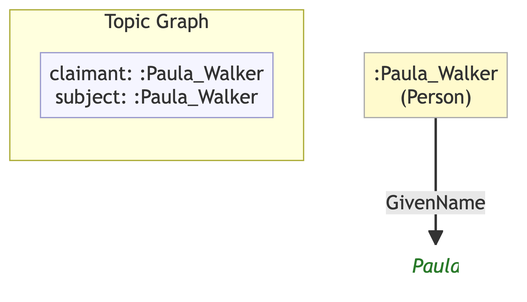
The Mermaid diagram example/graphs/images/graph-57.png in MeeFoundation/mia-ontologies, before a commit. Its source is kept beside it as example/graphs/images/graph-57.mmd. Source of this version:
```mermaid
flowchart TD
    classDef person fill:#fffacd,stroke:#aaa,color:#333
    classDef org    fill:#cce5ff,stroke:#aaa,color:#333
    classDef lit    fill:none,stroke:none,font-style:italic,color:#2a7a2a
    classDef meta   fill:#f5f5ff,stroke:#9999cc,color:#333

    subgraph ctx["Topic Graph"]
        direction LR
        ctx_meta["claimant: :Paula_Walker\nsubject: :Paula_Walker"]:::meta
    end

    nf4296ab13de4[":Paula_Walker\n(Person)"]:::person
    nd500ed774b5b("Paula"):::lit

    nf4296ab13de4 -->|"GivenName"| nd500ed774b5b
```
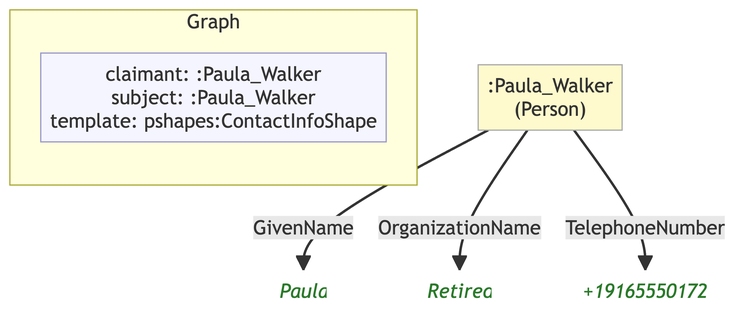
Above is the later version.

Change to the diagram source:
```diff
@@ -4,12 +4,16 @@
     classDef lit    fill:none,stroke:none,font-style:italic,color:#2a7a2a
     classDef meta   fill:#f5f5ff,stroke:#9999cc,color:#333
 
-    subgraph ctx["Topic Graph"]
+    subgraph ctx["Graph"]
         direction LR
-        ctx_meta["claimant: :Paula_Walker\nsubject: :Paula_Walker"]:::meta
+        ctx_meta["claimant: :Paula_Walker\nsubject: :Paula_Walker\ntemplate: pshapes:ContactInfoShape"]:::meta
     end
 
     nf4296ab13de4[":Paula_Walker\n(Person)"]:::person
-    nd500ed774b5b("Paula"):::lit
+    n6a34691b03da("Paula"):::lit
+    nc663ca49f9d9("Retired"):::lit
+    nc2dda1e9b824("+19165550172"):::lit
 
-    nf4296ab13de4 -->|"GivenName"| nd500ed774b5b
+    nf4296ab13de4 -->|"GivenName"| n6a34691b03da
+    nf4296ab13de4 -->|"OrganizationName"| nc663ca49f9d9
+    nf4296ab13de4 -->|"TelephoneNumber"| nc2dda1e9b824
```
